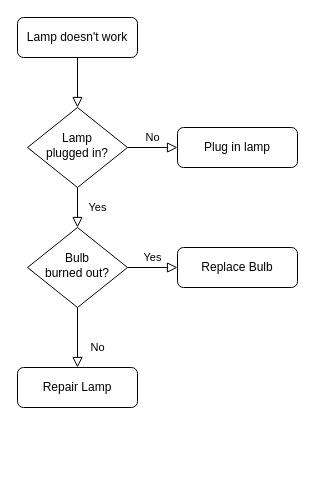
MitsuhashiRyota/test keeps this draw.io diagram as Untitled Diagram.drawio. Above is the earlier version. Source tidied: cells renumbered, new cells numbered last; positions are measured from the earlier drawing's top-left corner, leaving out a move shared by most shapes. Both pictures are drawn from the tidied source at 100%, with x=0, y=0 at pixel (17, 17).
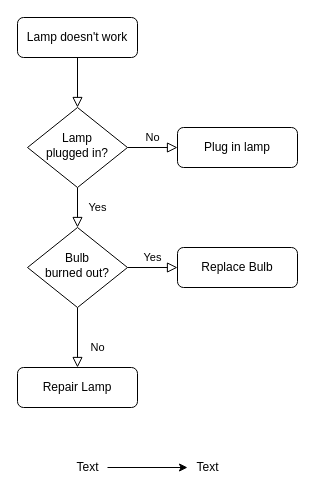
After the change.

Commit message:
コメントを追加

Change to the diagram source:
```diff
@@
 <mxGraphModel>
   <root>
     <mxCell id="0" />
     <mxCell id="1" parent="0" />
     <mxCell id="2" style="rounded=0;html=1;jettySize=auto;fontSize=11;endArrow=block;endFill=0;endSize=8;strokeWidth=1;shadow=0;labelBackgroundColor=none;edgeStyle=orthogonalEdgeStyle;" parent="1" edge="1" source="3" target="6">
       <mxGeometry relative="1" as="geometry" />
     </mxCell>
     <mxCell id="3" value="Lamp doesn't work" style="rounded=1;whiteSpace=wrap;html=1;fontSize=12;glass=0;strokeWidth=1;shadow=0;" parent="1" vertex="1">
       <mxGeometry width="120" height="40" as="geometry" />
     </mxCell>
     <mxCell id="4" value="Yes" style="rounded=0;html=1;jettySize=auto;fontSize=11;endArrow=block;endFill=0;endSize=8;strokeWidth=1;shadow=0;labelBackgroundColor=none;edgeStyle=orthogonalEdgeStyle;" parent="1" edge="1" source="6" target="10">
       <mxGeometry y="20" relative="1" as="geometry" />
     </mxCell>
     <mxCell id="5" value="No" style="edgeStyle=orthogonalEdgeStyle;rounded=0;html=1;jettySize=auto;fontSize=11;endArrow=block;endFill=0;endSize=8;strokeWidth=1;shadow=0;labelBackgroundColor=none;" parent="1" edge="1" source="6" target="7">
       <mxGeometry y="10" relative="1" as="geometry" />
     </mxCell>
     <mxCell id="6" value="Lamp&lt;br&gt;plugged in?" style="rhombus;whiteSpace=wrap;html=1;shadow=0;fontFamily=Helvetica;fontSize=12;align=center;strokeWidth=1;spacing=6;spacingTop=-4;" parent="1" vertex="1">
       <mxGeometry x="10" y="90" width="100" height="80" as="geometry" />
     </mxCell>
     <mxCell id="7" value="Plug in lamp" style="rounded=1;whiteSpace=wrap;html=1;fontSize=12;glass=0;strokeWidth=1;shadow=0;" parent="1" vertex="1">
       <mxGeometry x="160" y="110" width="120" height="40" as="geometry" />
     </mxCell>
     <mxCell id="8" value="No" style="rounded=0;html=1;jettySize=auto;fontSize=11;endArrow=block;endFill=0;endSize=8;strokeWidth=1;shadow=0;labelBackgroundColor=none;edgeStyle=orthogonalEdgeStyle;" parent="1" edge="1" source="10" target="11">
       <mxGeometry x="0.33" y="20" relative="1" as="geometry" />
     </mxCell>
     <mxCell id="9" value="Yes" style="edgeStyle=orthogonalEdgeStyle;rounded=0;html=1;jettySize=auto;fontSize=11;endArrow=block;endFill=0;endSize=8;strokeWidth=1;shadow=0;labelBackgroundColor=none;" parent="1" edge="1" source="10" target="12">
       <mxGeometry y="10" relative="1" as="geometry" />
     </mxCell>
     <mxCell id="10" value="Bulb&lt;br&gt;burned out?" style="rhombus;whiteSpace=wrap;html=1;shadow=0;fontFamily=Helvetica;fontSize=12;align=center;strokeWidth=1;spacing=6;spacingTop=-4;" parent="1" vertex="1">
       <mxGeometry x="10" y="210" width="100" height="80" as="geometry" />
     </mxCell>
     <mxCell id="11" value="Repair Lamp" style="rounded=1;whiteSpace=wrap;html=1;fontSize=12;glass=0;strokeWidth=1;shadow=0;" parent="1" vertex="1">
       <mxGeometry y="350" width="120" height="40" as="geometry" />
     </mxCell>
     <mxCell id="12" value="Replace Bulb" style="rounded=1;whiteSpace=wrap;html=1;fontSize=12;glass=0;strokeWidth=1;shadow=0;" parent="1" vertex="1">
       <mxGeometry x="160" y="230" width="120" height="40" as="geometry" />
     </mxCell>
+    <mxCell id="13" style="edgeStyle=orthogonalEdgeStyle;rounded=0;jettySize=auto;html=1;" parent="1" edge="1" source="14" target="15">
+      <mxGeometry relative="1" as="geometry" />
+    </mxCell>
+    <mxCell id="14" value="Text" style="text;html=1;align=center;verticalAlign=middle;points=[];" parent="1" vertex="1">
+      <mxGeometry x="50" y="440" width="40" height="20" as="geometry" />
+    </mxCell>
+    <mxCell id="15" value="Text" style="text;html=1;align=center;verticalAlign=middle;points=[];" parent="1" vertex="1">
+      <mxGeometry x="170" y="440" width="40" height="20" as="geometry" />
+    </mxCell>
   </root>
 </mxGraphModel>
```
